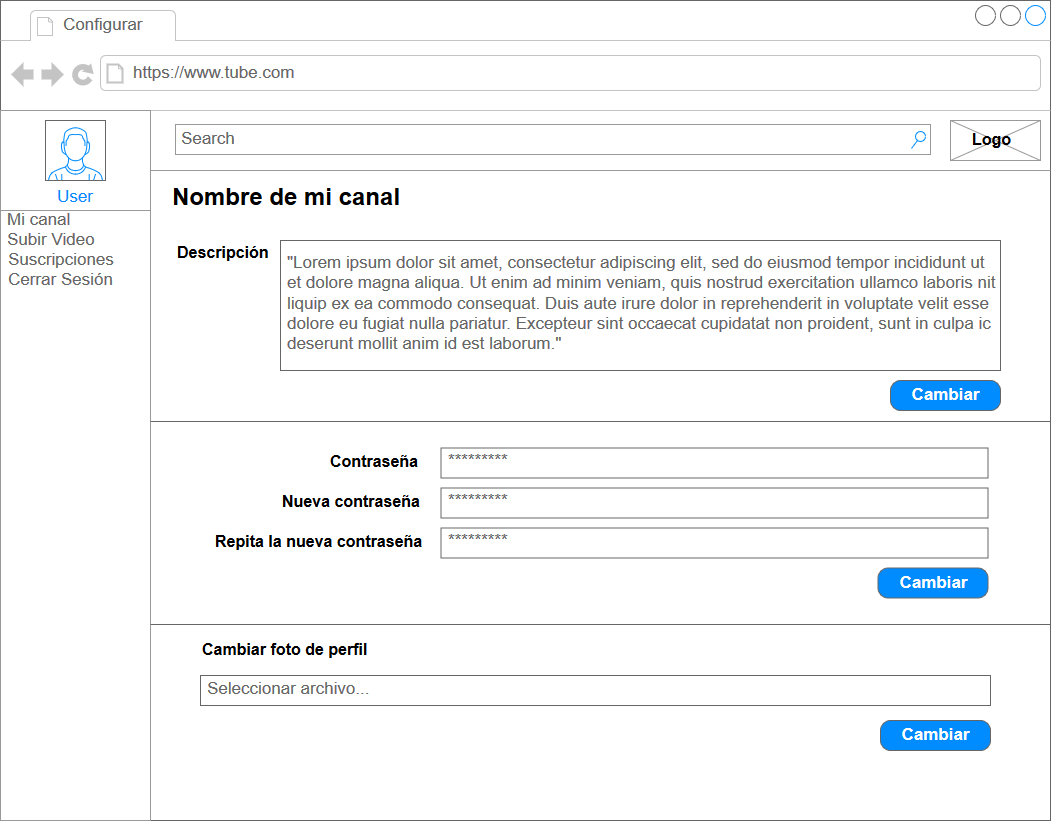
The draw.io diagram Proyecto/Documentacion/Interfaces/AdministrarPerfil.png in Victor-martinelli/TADEPD, before a commit. Source tidied: cells renumbered, new cells last; positions are measured from the earlier drawing's top-left corner, leaving out a move shared by most shapes.
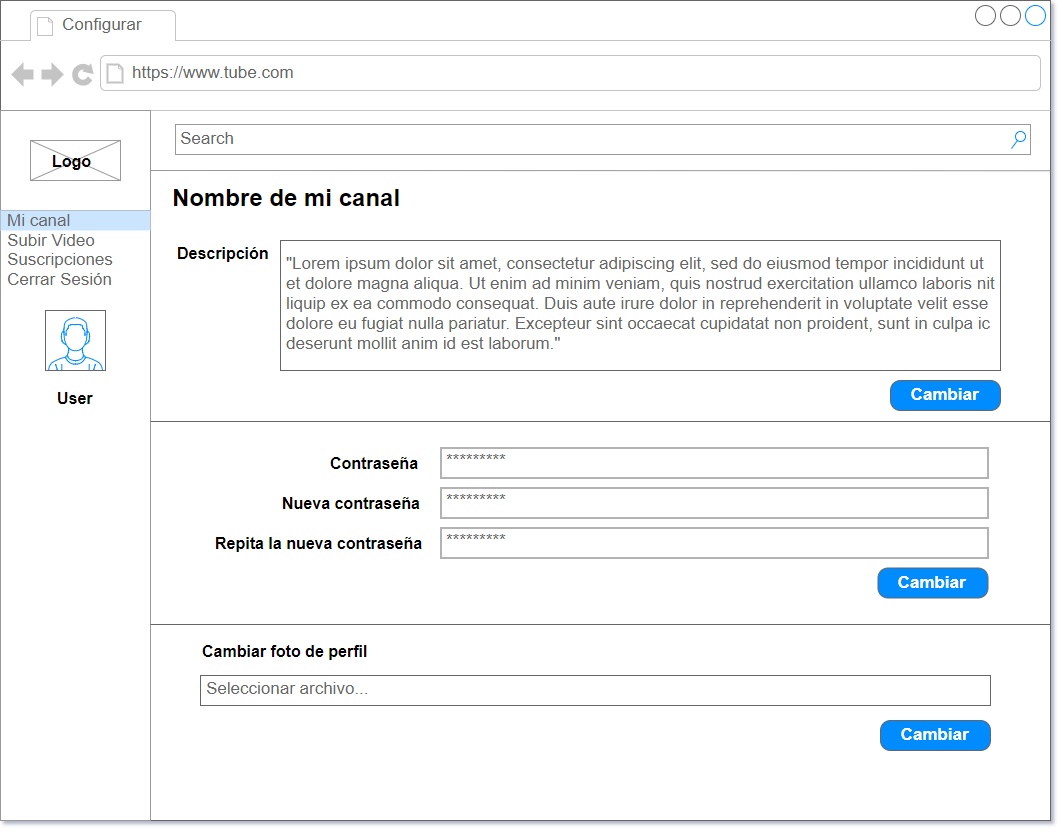
Later version of the same file.

Change to the diagram source:
```diff
@@ -2,9 +2,6 @@
   <root>
     <mxCell id="0" />
     <mxCell id="1" parent="0" />
-    <mxCell id="2" value="Lorem ipsum dolor sit amet, consectetur adipisicing elit, sed do eiusmod tempor incididunt ut labore et dolore magna aliqua. Ut enim ad minim veniam, quis nostrud exercitation ullamco laboris nisi ut aliquip ex ea commodo consequat. Duis aute irure dolor in reprehenderit in voluptate velit esse cillum dolore eu fugiat nulla pariatur. Excepteur sint occaecat cupidatat non proident, sunt in culpa qui officia deserunt mollit anim id est laborum.&lt;br&gt;Sed ut perspiciatis unde omnis iste natus error sit voluptatem accusantium doloremque laudantium, totam rem aperiam, eaque ipsa quae ab illo inventore veritatis et quasi architecto beatae vitae dicta sunt explicabo.&amp;nbsp;" style="text;spacingTop=-5;fillColor=#ffffff;whiteSpace=wrap;html=1;align=left;fontSize=12;fontFamily=Helvetica;fillColor=none;strokeColor=none;rounded=0;shadow=1;labelBackgroundColor=none;" parent="1" vertex="1">
-      <mxGeometry x="300" y="705" width="490" height="125" as="geometry" />
-    </mxCell>
     <mxCell id="3" style="strokeWidth=1;shadow=0;dashed=0;align=center;html=1;shape=mxgraph.mockup.containers.browserWindow;rSize=0;fillColor=#ffffff;strokeColor=#666666;mainText=,;rounded=0;labelBackgroundColor=none;fontFamily=Verdana;fontSize=12;fontColor=#000000;" parent="1" vertex="1">
       <mxGeometry width="1050" height="820" as="geometry" />
     </mxCell>
@@ -17,7 +14,7 @@
     <mxCell id="6" style="strokeWidth=1;shadow=0;dashed=0;align=center;html=1;shape=mxgraph.mockup.forms.rrect;rSize=0;strokeColor=#999999;fillColor=#ffffff;" parent="3" vertex="1">
       <mxGeometry y="110" width="150" height="710" as="geometry" />
     </mxCell>
-    <mxCell id="7" value="User" style="strokeWidth=1;shadow=0;dashed=0;align=center;html=1;shape=mxgraph.mockup.forms.rrect;rSize=0;strokeColor=#999999;fontColor=#008cff;fontSize=17;fillColor=#ffffff;verticalAlign=bottom;" parent="6" vertex="1">
+    <mxCell id="7" style="strokeWidth=1;shadow=0;dashed=0;align=center;html=1;shape=mxgraph.mockup.forms.rrect;rSize=0;strokeColor=#999999;fontColor=#008cff;fontSize=17;fillColor=#ffffff;verticalAlign=bottom;" parent="6" vertex="1">
       <mxGeometry width="150" height="100" relative="1" as="geometry" />
     </mxCell>
     <mxCell id="8" value="Suscripciones" style="strokeWidth=1;shadow=0;dashed=0;align=center;html=1;shape=mxgraph.mockup.forms.anchor;fontSize=17;fontColor=#666666;align=left;spacingLeft=5;" parent="6" vertex="1">
@@ -30,30 +27,30 @@
         <mxPoint y="160" as="offset" />
       </mxGeometry>
     </mxCell>
-    <mxCell id="10" value="Mi canal" style="strokeWidth=1;shadow=0;dashed=0;align=center;html=1;shape=mxgraph.mockup.forms.rrect;rSize=0;fontSize=17;fontColor=#666666;align=left;spacingLeft=5;fillColor=none;strokeColor=none;" parent="6" vertex="1">
+    <mxCell id="10" value="Mi canal" style="strokeWidth=1;shadow=0;dashed=0;align=center;html=1;shape=mxgraph.mockup.forms.rrect;rSize=0;fontSize=17;fontColor=#666666;align=left;spacingLeft=5;fillColor=#CCE5FF;strokeColor=none;" parent="6" vertex="1">
       <mxGeometry width="150" height="20" relative="1" as="geometry">
         <mxPoint y="100" as="offset" />
       </mxGeometry>
     </mxCell>
     <mxCell id="11" style="verticalLabelPosition=bottom;shadow=0;dashed=0;align=center;html=1;verticalAlign=top;strokeWidth=1;shape=mxgraph.mockup.containers.userMale;strokeColor=#666666;strokeColor2=#008cff;fillColor=#ffffff;" parent="6" vertex="1">
-      <mxGeometry x="45" y="10" width="60" height="60" as="geometry" />
+      <mxGeometry x="45" y="200" width="60" height="60" as="geometry" />
     </mxCell>
     <mxCell id="12" value="Subir Video" style="text;html=1;strokeColor=none;fillColor=none;align=left;verticalAlign=middle;whiteSpace=wrap;rounded=0;fontSize=17;fontColor=#666666;" parent="6" vertex="1">
       <mxGeometry x="5" y="120" width="140" height="20" as="geometry" />
     </mxCell>
-    <mxCell id="13" style="endArrow=none;html=1;fontSize=16;entryX=1;entryY=0.207;entryDx=0;entryDy=0;entryPerimeter=0;strokeColor=#999999;" parent="3" edge="1" target="3">
-      <mxGeometry relative="1" as="geometry">
-        <mxPoint x="150" y="170" as="sourcePoint" />
-      </mxGeometry>
-    </mxCell>
-    <mxCell id="14" style="verticalLabelPosition=bottom;shadow=0;dashed=0;align=center;html=1;verticalAlign=top;strokeWidth=1;shape=mxgraph.mockup.graphics.simpleIcon;strokeColor=#999999;fillColor=#ffffff;fontSize=16;" parent="3" vertex="1">
-      <mxGeometry x="950" y="120" width="90" height="40" as="geometry" />
+    <mxCell id="14" style="verticalLabelPosition=bottom;shadow=0;dashed=0;align=center;html=1;verticalAlign=top;strokeWidth=1;shape=mxgraph.mockup.graphics.simpleIcon;strokeColor=#999999;fillColor=#ffffff;fontSize=16;" parent="6" vertex="1">
+      <mxGeometry x="30" y="30" width="90" height="40" as="geometry" />
     </mxCell>
-    <mxCell id="15" value="&lt;div align=&quot;center&quot;&gt;Logo&lt;/div&gt;" style="text;html=1;strokeColor=none;fillColor=none;align=left;verticalAlign=middle;whiteSpace=wrap;rounded=0;fontStyle=1;fontSize=16;" parent="3" vertex="1">
-      <mxGeometry x="970" y="130" width="50" height="20" as="geometry" />
+    <mxCell id="15" value="&lt;div align=&quot;center&quot;&gt;Logo&lt;/div&gt;" style="text;html=1;strokeColor=none;fillColor=none;align=left;verticalAlign=middle;whiteSpace=wrap;rounded=0;fontStyle=1;fontSize=16;" parent="6" vertex="1">
+      <mxGeometry x="50" y="40" width="50" height="20" as="geometry" />
     </mxCell>
+    <mxCell id="13" style="endArrow=none;html=1;fontSize=16;entryX=1;entryY=0.207;entryDx=0;entryDy=0;entryPerimeter=0;strokeColor=#999999;" parent="3" edge="1" target="3">
+      <mxGeometry relative="1" as="geometry">
+        <mxPoint x="150" y="170" as="sourcePoint" />
+      </mxGeometry>
+    </mxCell>
     <mxCell id="16" value="Search" style="strokeWidth=1;shadow=0;dashed=0;align=center;html=1;shape=mxgraph.mockup.forms.searchBox;strokeColor=#999999;mainText=;fillColor=#ffffff;strokeColor2=#008cff;fontColor=#666666;fontSize=17;align=left;spacingLeft=3;" parent="3" vertex="1">
-      <mxGeometry x="175" y="124" width="755" height="30" as="geometry" />
+      <mxGeometry x="175" y="124" width="855" height="30" as="geometry" />
     </mxCell>
     <mxCell id="17" value="Nombre de mi canal" style="text;html=1;strokeColor=none;fillColor=none;align=left;verticalAlign=middle;whiteSpace=wrap;rounded=0;fontStyle=1;fontSize=24;" parent="3" vertex="1">
       <mxGeometry x="170" y="187" width="275" height="20" as="geometry" />
@@ -103,5 +100,8 @@
     <mxCell id="32" value="Cambiar" style="strokeWidth=1;shadow=0;dashed=0;align=center;html=1;shape=mxgraph.mockup.buttons.button;strokeColor=#666666;fontColor=#ffffff;mainText=;buttonStyle=round;fontSize=17;fontStyle=1;fillColor=#008cff;whiteSpace=wrap;labelBackgroundColor=none;" parent="3" vertex="1">
       <mxGeometry x="880" y="720" width="110" height="30" as="geometry" />
     </mxCell>
+    <mxCell id="33" value="&lt;font style=&quot;font-size: 16px&quot;&gt;User&lt;/font&gt;" style="text;html=1;strokeColor=none;fillColor=none;align=left;verticalAlign=middle;whiteSpace=wrap;rounded=0;fontStyle=1;fontSize=24;" parent="3" vertex="1">
+      <mxGeometry x="55" y="385" width="40" height="20" as="geometry" />
+    </mxCell>
   </root>
 </mxGraphModel>
```
